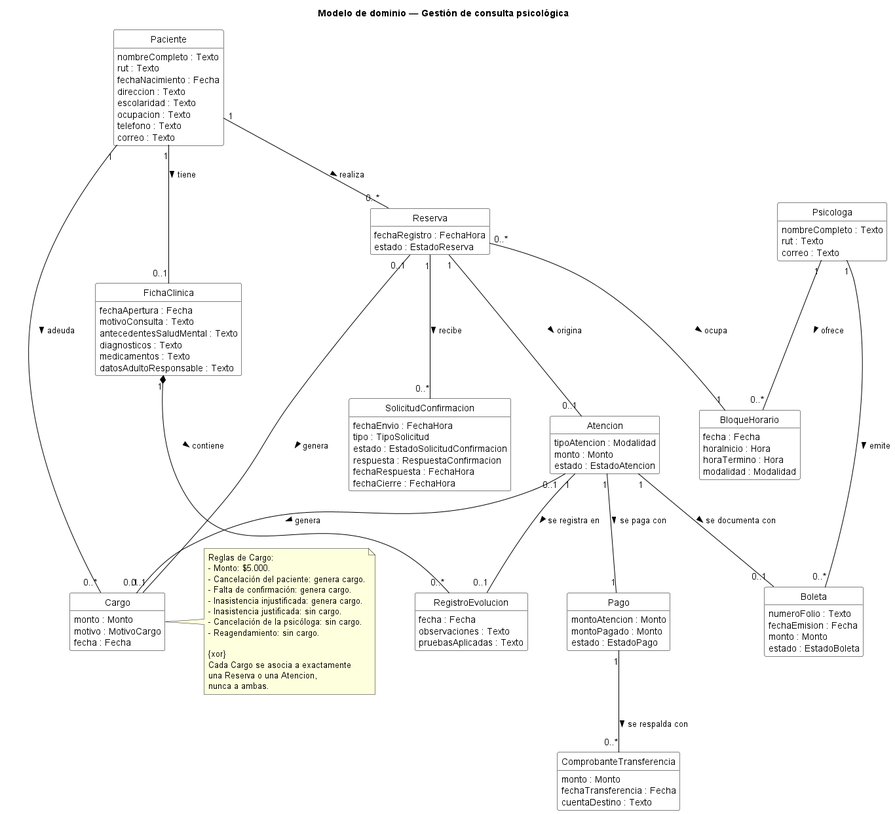
This is diagramas/modelo-dominio.png from gestion-consulta-psicologica/ingenieria-requisitos, a PlantUML export, as it was before one commit.
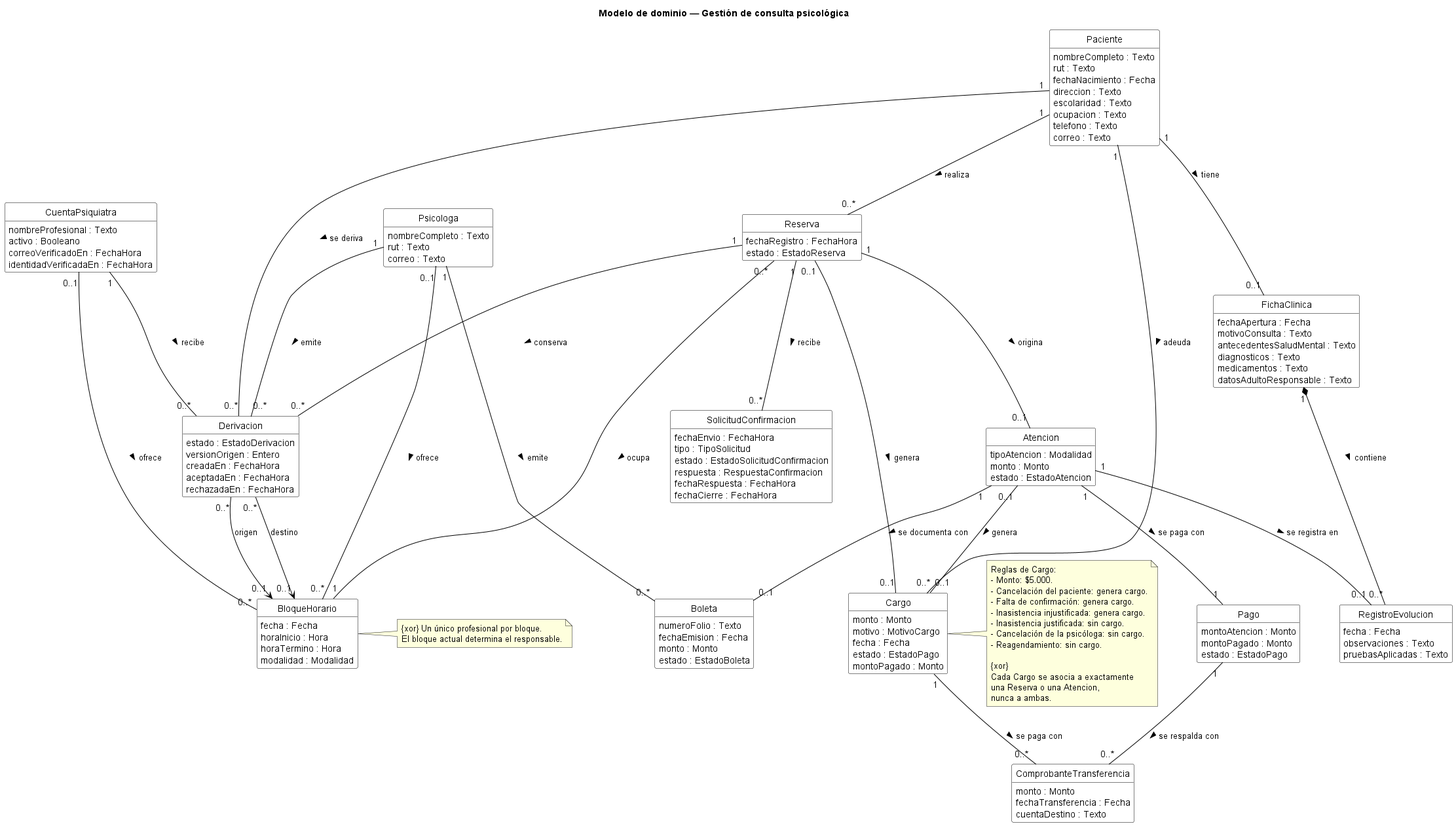
Later version of the same file.

The edit, as a diff of the source:
```diff
@@ -18,6 +18,21 @@
   nombreCompleto : Texto
   rut : Texto
   correo : Texto
+}
+
+class CuentaPsiquiatra {
+  nombreProfesional : Texto
+  activo : Booleano
+  correoVerificadoEn : FechaHora
+  identidadVerificadaEn : FechaHora
+}
+
+class Derivacion {
+  estado : EstadoDerivacion
+  versionOrigen : Entero
+  creadaEn : FechaHora
+  aceptadaEn : FechaHora
+  rechazadaEn : FechaHora
 }
 
 class Paciente {
@@ -74,6 +89,8 @@
   monto : Monto
   motivo : MotivoCargo
   fecha : Fecha
+  estado : EstadoPago
+  montoPagado : Monto
 }
 
 class Boleta {
@@ -98,7 +115,18 @@
   pruebasAplicadas : Texto
 }
 
-Psicologa "1" -- "0..*" BloqueHorario : ofrece >
+Psicologa "0..1" -- "0..*" BloqueHorario : ofrece >
+CuentaPsiquiatra "0..1" -- "0..*" BloqueHorario : ofrece >
+note right of BloqueHorario
+  {xor} Un único profesional por bloque.
+  El bloque actual determina el responsable.
+end note
+Psicologa "1" -- "0..*" Derivacion : emite >
+CuentaPsiquiatra "1" -- "0..*" Derivacion : recibe >
+Paciente "1" -- "0..*" Derivacion : se deriva >
+Reserva "1" -- "0..*" Derivacion : conserva >
+Derivacion "0..*" --> "0..1" BloqueHorario : origen
+Derivacion "0..*" --> "0..1" BloqueHorario : destino
 Paciente "1" -- "0..*" Reserva : realiza >
 Reserva "0..*" -- "1" BloqueHorario : ocupa >
 Reserva "1" -- "0..*" SolicitudConfirmacion : recibe >
@@ -107,6 +135,7 @@
 Reserva "0..1" -- "0..1" Cargo : genera >
 Atencion "0..1" -- "0..1" Cargo : genera >
 Paciente "1" -- "0..*" Cargo : adeuda >
+Cargo "1" -- "0..*" ComprobanteTransferencia : se paga con >
 
 note right of Cargo
   Reglas de Cargo:
```
